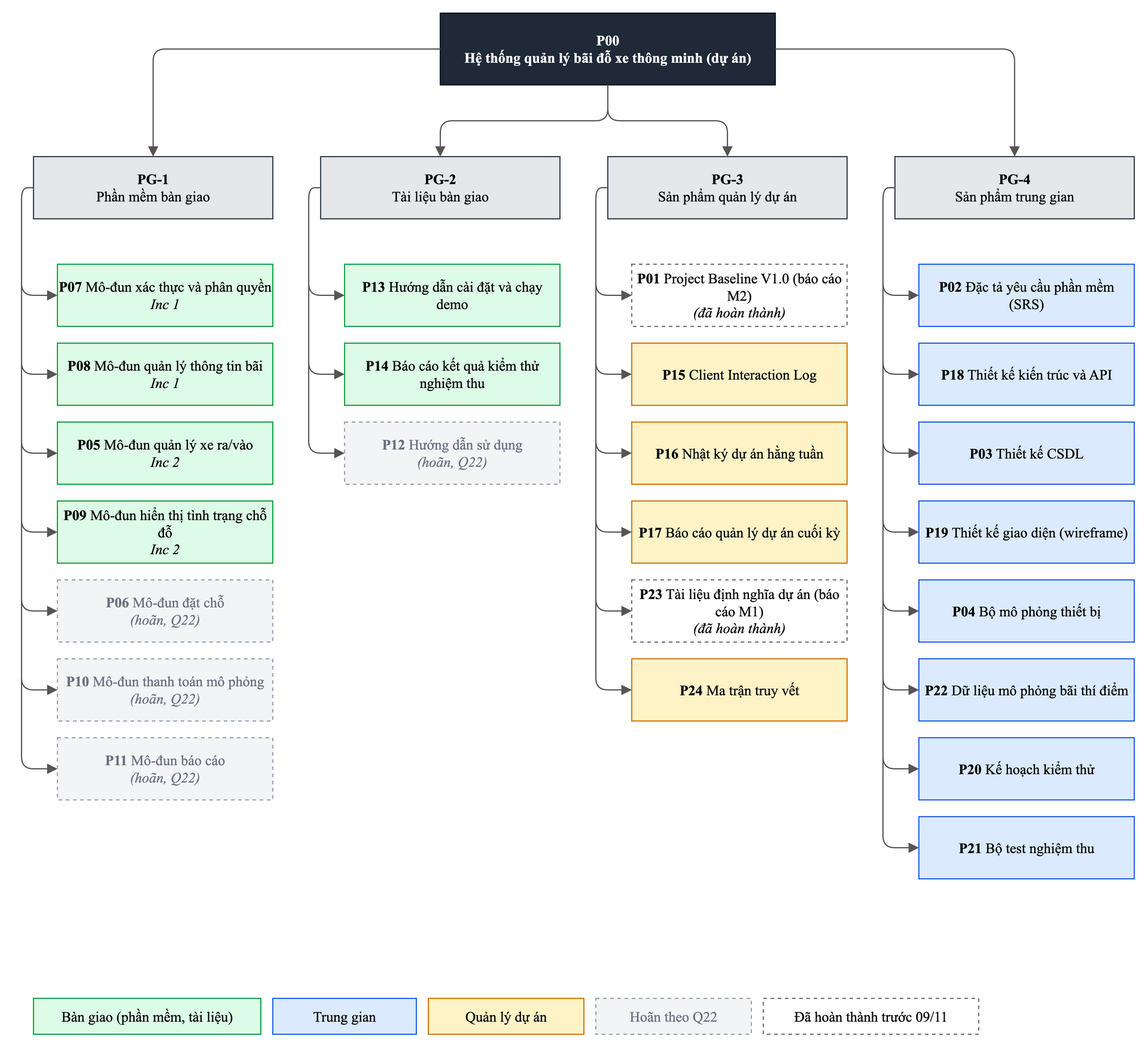
The draw.io diagram docs/m2-report/diagrams/01-pbs.png in nvdson2005/Parking-Management-System, before a commit. Source tidied: cells renumbered, new cells last; positions are measured from the earlier drawing's top-left corner, leaving out a move shared by most shapes.
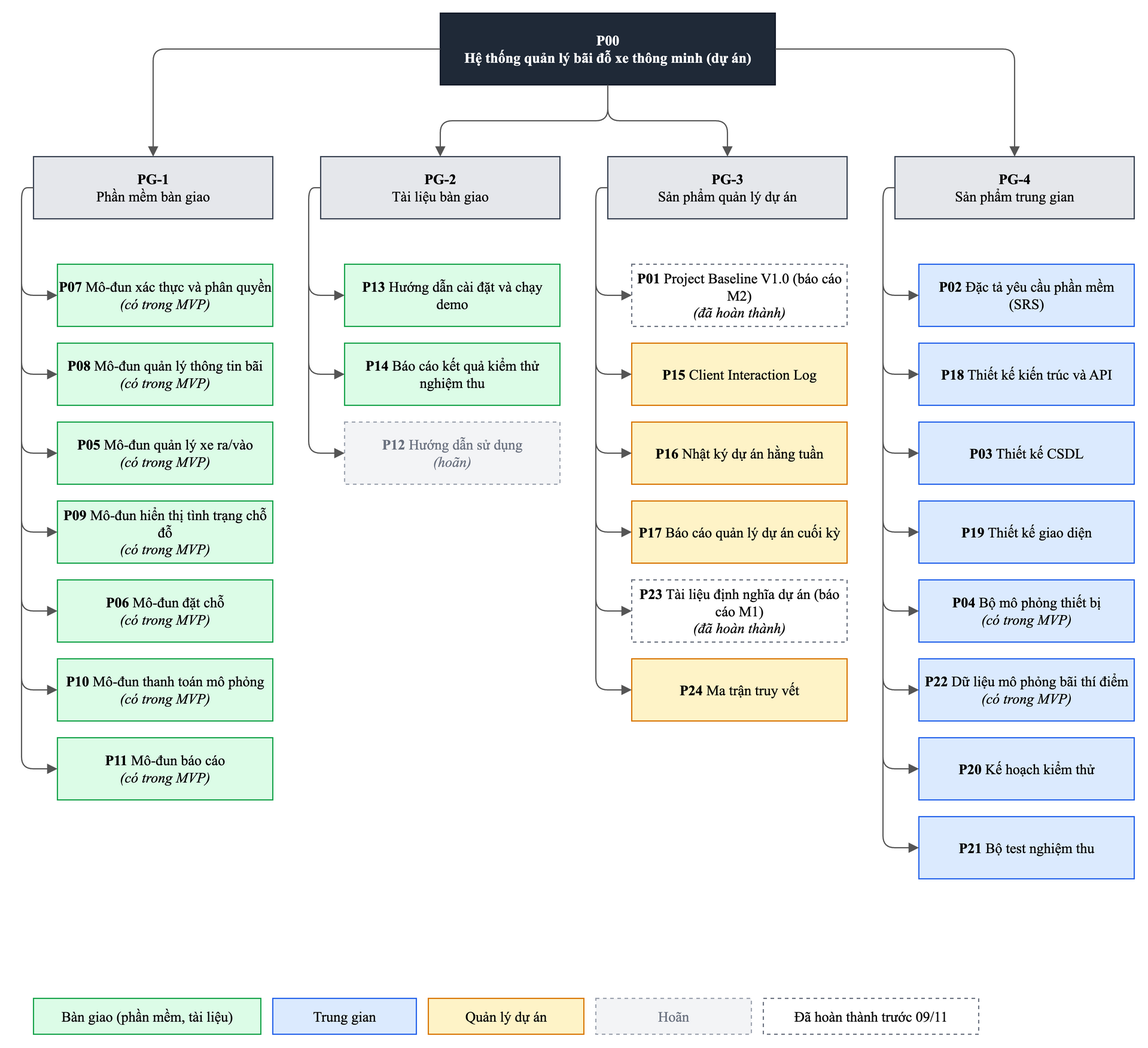
Later version of the same file.

Change to the diagram source:
```diff
@@ -11,43 +11,43 @@
     <mxCell id="4" style="fontFamily=Times New Roman;edgeStyle=orthogonalEdgeStyle;rounded=1;html=1;endArrow=block;endSize=6;strokeColor=#555555;edgeStyle=orthogonalEdgeStyle;" parent="1" edge="1" source="2" target="3">
       <mxGeometry relative="1" as="geometry" />
     </mxCell>
-    <mxCell id="5" value="&lt;b&gt;P07&lt;/b&gt; Mô-đun xác thực và phân quyền&lt;br&gt;&lt;i&gt;Inc 1&lt;/i&gt;" style="fontFamily=Times New Roman;whiteSpace=wrap;html=1;fillColor=#DCFCE7;strokeColor=#16A34A;" parent="1" vertex="1">
+    <mxCell id="5" value="&lt;b&gt;P07&lt;/b&gt; Mô-đun xác thực và phân quyền&lt;br&gt;&lt;i&gt;(có trong MVP)&lt;/i&gt;" style="fontFamily=Times New Roman;whiteSpace=wrap;html=1;fillColor=#DCFCE7;strokeColor=#16A34A;" parent="1" vertex="1">
       <mxGeometry x="20" y="210" width="180" height="52" as="geometry" />
     </mxCell>
     <mxCell id="6" style="fontFamily=Times New Roman;edgeStyle=orthogonalEdgeStyle;rounded=1;html=1;endArrow=block;endSize=6;strokeColor=#555555;exitX=0;exitY=0.5;entryX=0;entryY=0.5;exitDx=10;" parent="1" edge="1" source="3" target="5">
       <mxGeometry relative="1" as="geometry" />
     </mxCell>
-    <mxCell id="7" value="&lt;b&gt;P08&lt;/b&gt; Mô-đun quản lý thông tin bãi&lt;br&gt;&lt;i&gt;Inc 1&lt;/i&gt;" style="fontFamily=Times New Roman;whiteSpace=wrap;html=1;fillColor=#DCFCE7;strokeColor=#16A34A;" parent="1" vertex="1">
+    <mxCell id="7" value="&lt;b&gt;P08&lt;/b&gt; Mô-đun quản lý thông tin bãi&lt;br&gt;&lt;i&gt;(có trong MVP)&lt;/i&gt;" style="fontFamily=Times New Roman;whiteSpace=wrap;html=1;fillColor=#DCFCE7;strokeColor=#16A34A;" parent="1" vertex="1">
       <mxGeometry x="20" y="276" width="180" height="52" as="geometry" />
     </mxCell>
     <mxCell id="8" style="fontFamily=Times New Roman;edgeStyle=orthogonalEdgeStyle;rounded=1;html=1;endArrow=block;endSize=6;strokeColor=#555555;exitX=0;exitY=0.5;entryX=0;entryY=0.5;exitDx=10;" parent="1" edge="1" source="3" target="7">
       <mxGeometry relative="1" as="geometry" />
     </mxCell>
-    <mxCell id="9" value="&lt;b&gt;P05&lt;/b&gt; Mô-đun quản lý xe ra/vào&lt;br&gt;&lt;i&gt;Inc 2&lt;/i&gt;" style="fontFamily=Times New Roman;whiteSpace=wrap;html=1;fillColor=#DCFCE7;strokeColor=#16A34A;" parent="1" vertex="1">
+    <mxCell id="9" value="&lt;b&gt;P05&lt;/b&gt; Mô-đun quản lý xe ra/vào&lt;br&gt;&lt;i&gt;(có trong MVP)&lt;/i&gt;" style="fontFamily=Times New Roman;whiteSpace=wrap;html=1;fillColor=#DCFCE7;strokeColor=#16A34A;" parent="1" vertex="1">
       <mxGeometry x="20" y="342" width="180" height="52" as="geometry" />
     </mxCell>
     <mxCell id="10" style="fontFamily=Times New Roman;edgeStyle=orthogonalEdgeStyle;rounded=1;html=1;endArrow=block;endSize=6;strokeColor=#555555;exitX=0;exitY=0.5;entryX=0;entryY=0.5;exitDx=10;" parent="1" edge="1" source="3" target="9">
       <mxGeometry relative="1" as="geometry" />
     </mxCell>
-    <mxCell id="11" value="&lt;b&gt;P09&lt;/b&gt; Mô-đun hiển thị tình trạng chỗ đỗ&lt;br&gt;&lt;i&gt;Inc 2&lt;/i&gt;" style="fontFamily=Times New Roman;whiteSpace=wrap;html=1;fillColor=#DCFCE7;strokeColor=#16A34A;" parent="1" vertex="1">
+    <mxCell id="11" value="&lt;b&gt;P09&lt;/b&gt; Mô-đun hiển thị tình trạng chỗ đỗ&lt;br&gt;&lt;i&gt;(có trong MVP)&lt;/i&gt;" style="fontFamily=Times New Roman;whiteSpace=wrap;html=1;fillColor=#DCFCE7;strokeColor=#16A34A;" parent="1" vertex="1">
       <mxGeometry x="20" y="408" width="180" height="52" as="geometry" />
     </mxCell>
     <mxCell id="12" style="fontFamily=Times New Roman;edgeStyle=orthogonalEdgeStyle;rounded=1;html=1;endArrow=block;endSize=6;strokeColor=#555555;exitX=0;exitY=0.5;entryX=0;entryY=0.5;exitDx=10;" parent="1" edge="1" source="3" target="11">
       <mxGeometry relative="1" as="geometry" />
     </mxCell>
-    <mxCell id="13" value="&lt;b&gt;P06&lt;/b&gt; Mô-đun đặt chỗ&lt;br&gt;&lt;i&gt;(hoãn, Q22)&lt;/i&gt;" style="fontFamily=Times New Roman;whiteSpace=wrap;html=1;fillColor=#F3F4F6;strokeColor=#9CA3AF;fontColor=#6B7280;dashed=1;" parent="1" vertex="1">
+    <mxCell id="13" value="&lt;b&gt;P06&lt;/b&gt; Mô-đun đặt chỗ&lt;br&gt;&lt;i&gt;(có trong MVP)&lt;/i&gt;" style="fontFamily=Times New Roman;whiteSpace=wrap;html=1;fillColor=#DCFCE7;strokeColor=#16A34A;" parent="1" vertex="1">
       <mxGeometry x="20" y="474" width="180" height="52" as="geometry" />
     </mxCell>
     <mxCell id="14" style="fontFamily=Times New Roman;edgeStyle=orthogonalEdgeStyle;rounded=1;html=1;endArrow=block;endSize=6;strokeColor=#555555;exitX=0;exitY=0.5;entryX=0;entryY=0.5;exitDx=10;" parent="1" edge="1" source="3" target="13">
       <mxGeometry relative="1" as="geometry" />
     </mxCell>
-    <mxCell id="15" value="&lt;b&gt;P10&lt;/b&gt; Mô-đun thanh toán mô phỏng&lt;br&gt;&lt;i&gt;(hoãn, Q22)&lt;/i&gt;" style="fontFamily=Times New Roman;whiteSpace=wrap;html=1;fillColor=#F3F4F6;strokeColor=#9CA3AF;fontColor=#6B7280;dashed=1;" parent="1" vertex="1">
+    <mxCell id="15" value="&lt;b&gt;P10&lt;/b&gt; Mô-đun thanh toán mô phỏng&lt;br&gt;&lt;i&gt;(có trong MVP)&lt;/i&gt;" style="fontFamily=Times New Roman;whiteSpace=wrap;html=1;fillColor=#DCFCE7;strokeColor=#16A34A;" parent="1" vertex="1">
       <mxGeometry x="20" y="540" width="180" height="52" as="geometry" />
     </mxCell>
     <mxCell id="16" style="fontFamily=Times New Roman;edgeStyle=orthogonalEdgeStyle;rounded=1;html=1;endArrow=block;endSize=6;strokeColor=#555555;exitX=0;exitY=0.5;entryX=0;entryY=0.5;exitDx=10;" parent="1" edge="1" source="3" target="15">
       <mxGeometry relative="1" as="geometry" />
     </mxCell>
-    <mxCell id="17" value="&lt;b&gt;P11&lt;/b&gt; Mô-đun báo cáo&lt;br&gt;&lt;i&gt;(hoãn, Q22)&lt;/i&gt;" style="fontFamily=Times New Roman;whiteSpace=wrap;html=1;fillColor=#F3F4F6;strokeColor=#9CA3AF;fontColor=#6B7280;dashed=1;" parent="1" vertex="1">
+    <mxCell id="17" value="&lt;b&gt;P11&lt;/b&gt; Mô-đun báo cáo&lt;br&gt;&lt;i&gt;(có trong MVP)&lt;/i&gt;" style="fontFamily=Times New Roman;whiteSpace=wrap;html=1;fillColor=#DCFCE7;strokeColor=#16A34A;" parent="1" vertex="1">
       <mxGeometry x="20" y="606" width="180" height="52" as="geometry" />
     </mxCell>
     <mxCell id="18" style="fontFamily=Times New Roman;edgeStyle=orthogonalEdgeStyle;rounded=1;html=1;endArrow=block;endSize=6;strokeColor=#555555;exitX=0;exitY=0.5;entryX=0;entryY=0.5;exitDx=10;" parent="1" edge="1" source="3" target="17">
@@ -71,7 +71,7 @@
     <mxCell id="24" style="fontFamily=Times New Roman;edgeStyle=orthogonalEdgeStyle;rounded=1;html=1;endArrow=block;endSize=6;strokeColor=#555555;exitX=0;exitY=0.5;entryX=0;entryY=0.5;exitDx=10;" parent="1" edge="1" source="19" target="23">
       <mxGeometry relative="1" as="geometry" />
     </mxCell>
-    <mxCell id="25" value="&lt;b&gt;P12&lt;/b&gt; Hướng dẫn sử dụng&lt;br&gt;&lt;i&gt;(hoãn, Q22)&lt;/i&gt;" style="fontFamily=Times New Roman;whiteSpace=wrap;html=1;fillColor=#F3F4F6;strokeColor=#9CA3AF;fontColor=#6B7280;dashed=1;" parent="1" vertex="1">
+    <mxCell id="25" value="&lt;b&gt;P12&lt;/b&gt; Hướng dẫn sử dụng&lt;br&gt;&lt;i&gt;(hoãn)&lt;/i&gt;" style="fontFamily=Times New Roman;whiteSpace=wrap;html=1;fillColor=#F3F4F6;strokeColor=#9CA3AF;fontColor=#6B7280;dashed=1;" parent="1" vertex="1">
       <mxGeometry x="260" y="342" width="180" height="52" as="geometry" />
     </mxCell>
     <mxCell id="26" style="fontFamily=Times New Roman;edgeStyle=orthogonalEdgeStyle;rounded=1;html=1;endArrow=block;endSize=6;strokeColor=#555555;exitX=0;exitY=0.5;entryX=0;entryY=0.5;exitDx=10;" parent="1" edge="1" source="19" target="25">
@@ -143,19 +143,19 @@
     <mxCell id="48" style="fontFamily=Times New Roman;edgeStyle=orthogonalEdgeStyle;rounded=1;html=1;endArrow=block;endSize=6;strokeColor=#555555;exitX=0;exitY=0.5;entryX=0;entryY=0.5;exitDx=10;" parent="1" edge="1" source="41" target="47">
       <mxGeometry relative="1" as="geometry" />
     </mxCell>
-    <mxCell id="49" value="&lt;b&gt;P19&lt;/b&gt; Thiết kế giao diện (wireframe)" style="fontFamily=Times New Roman;whiteSpace=wrap;html=1;fillColor=#DBEAFE;strokeColor=#2563EB;" parent="1" vertex="1">
+    <mxCell id="49" value="&lt;b&gt;P19&lt;/b&gt; Thiết kế giao diện" style="fontFamily=Times New Roman;whiteSpace=wrap;html=1;fillColor=#DBEAFE;strokeColor=#2563EB;" parent="1" vertex="1">
       <mxGeometry x="740" y="408" width="180" height="52" as="geometry" />
     </mxCell>
     <mxCell id="50" style="fontFamily=Times New Roman;edgeStyle=orthogonalEdgeStyle;rounded=1;html=1;endArrow=block;endSize=6;strokeColor=#555555;exitX=0;exitY=0.5;entryX=0;entryY=0.5;exitDx=10;" parent="1" edge="1" source="41" target="49">
       <mxGeometry relative="1" as="geometry" />
     </mxCell>
-    <mxCell id="51" value="&lt;b&gt;P04&lt;/b&gt; Bộ mô phỏng thiết bị" style="fontFamily=Times New Roman;whiteSpace=wrap;html=1;fillColor=#DBEAFE;strokeColor=#2563EB;" parent="1" vertex="1">
+    <mxCell id="51" value="&lt;b&gt;P04&lt;/b&gt; Bộ mô phỏng thiết bị&lt;br&gt;&lt;i&gt;(có trong MVP)&lt;/i&gt;" style="fontFamily=Times New Roman;whiteSpace=wrap;html=1;fillColor=#DBEAFE;strokeColor=#2563EB;" parent="1" vertex="1">
       <mxGeometry x="740" y="474" width="180" height="52" as="geometry" />
     </mxCell>
     <mxCell id="52" style="fontFamily=Times New Roman;edgeStyle=orthogonalEdgeStyle;rounded=1;html=1;endArrow=block;endSize=6;strokeColor=#555555;exitX=0;exitY=0.5;entryX=0;entryY=0.5;exitDx=10;" parent="1" edge="1" source="41" target="51">
       <mxGeometry relative="1" as="geometry" />
     </mxCell>
-    <mxCell id="53" value="&lt;b&gt;P22&lt;/b&gt; Dữ liệu mô phỏng bãi thí điểm" style="fontFamily=Times New Roman;whiteSpace=wrap;html=1;fillColor=#DBEAFE;strokeColor=#2563EB;" parent="1" vertex="1">
+    <mxCell id="53" value="&lt;b&gt;P22&lt;/b&gt; Dữ liệu mô phỏng bãi thí điểm&lt;br&gt;&lt;i&gt;(có trong MVP)&lt;/i&gt;" style="fontFamily=Times New Roman;whiteSpace=wrap;html=1;fillColor=#DBEAFE;strokeColor=#2563EB;" parent="1" vertex="1">
       <mxGeometry x="740" y="540" width="180" height="52" as="geometry" />
     </mxCell>
     <mxCell id="54" style="fontFamily=Times New Roman;edgeStyle=orthogonalEdgeStyle;rounded=1;html=1;endArrow=block;endSize=6;strokeColor=#555555;exitX=0;exitY=0.5;entryX=0;entryY=0.5;exitDx=10;" parent="1" edge="1" source="41" target="53">
@@ -182,7 +182,7 @@
     <mxCell id="61" value="Quản lý dự án" style="fontFamily=Times New Roman;whiteSpace=wrap;html=1;fillColor=#FEF3C7;strokeColor=#D97706;" parent="1" vertex="1">
       <mxGeometry x="330" y="824" width="130" height="30" as="geometry" />
     </mxCell>
-    <mxCell id="62" value="Hoãn theo Q22" style="fontFamily=Times New Roman;whiteSpace=wrap;html=1;fillColor=#F3F4F6;strokeColor=#9CA3AF;fontColor=#6B7280;dashed=1;" parent="1" vertex="1">
+    <mxCell id="62" value="Hoãn" style="fontFamily=Times New Roman;whiteSpace=wrap;html=1;fillColor=#F3F4F6;strokeColor=#9CA3AF;fontColor=#6B7280;dashed=1;" parent="1" vertex="1">
       <mxGeometry x="470" y="824" width="130" height="30" as="geometry" />
     </mxCell>
     <mxCell id="63" value="Đã hoàn thành trước 09/11" style="fontFamily=Times New Roman;whiteSpace=wrap;html=1;fillColor=#FFFFFF;strokeColor=#6B7280;dashed=1;" parent="1" vertex="1">
```
